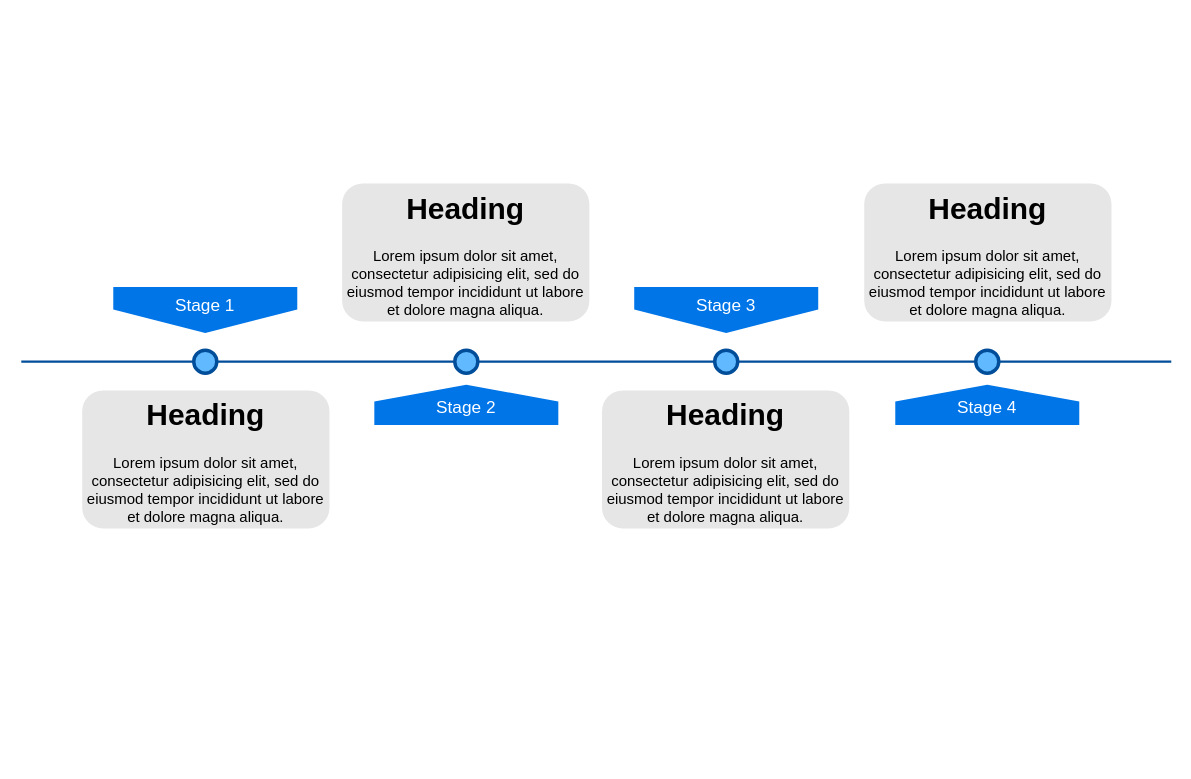
Above: Untitled Diagram.drawio in chkamal2006/FlowChart (draw.io), before the change. Source tidied: cells renumbered, new cells numbered last; positions are measured from the earlier drawing's top-left corner, leaving out a move shared by most shapes. Both pictures are drawn from the tidied source at 115%, with x=0, y=0 at pixel (21, 183).
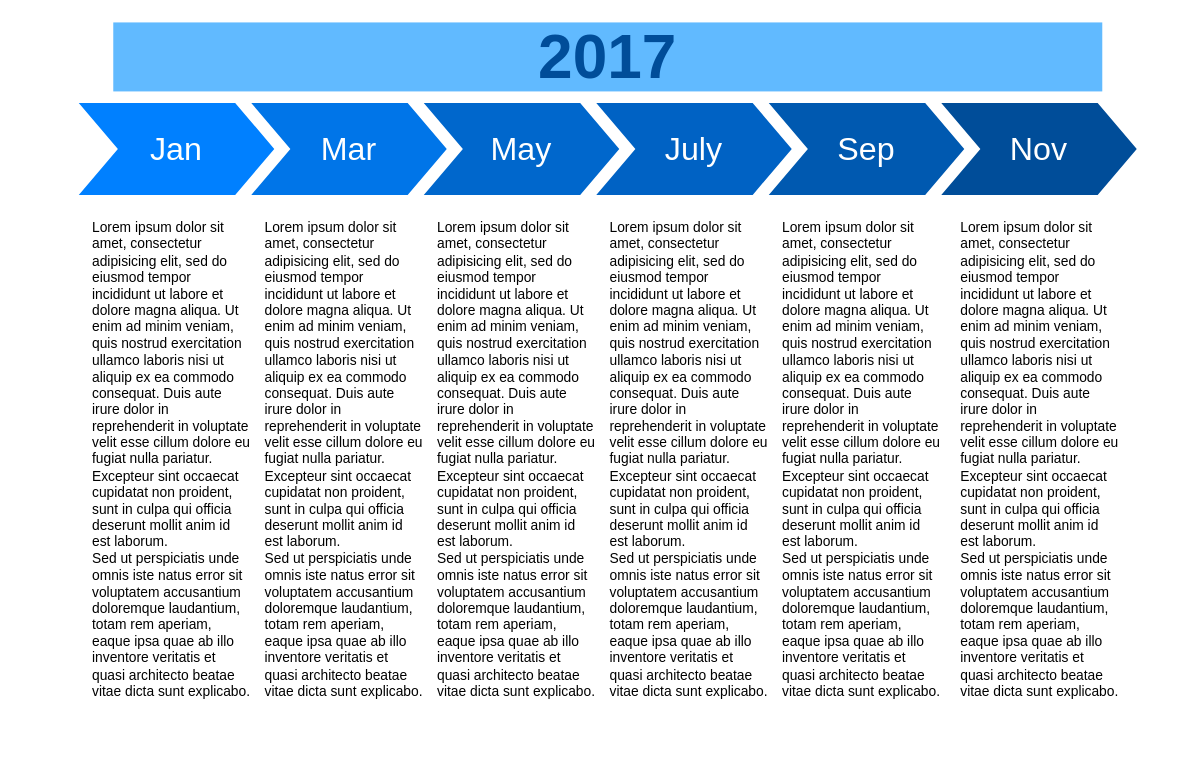
The same diagram, later.

What changed in the source:
```diff
@@
 <mxGraphModel>
   <root>
     <mxCell id="0" />
     <mxCell id="1" parent="0" />
-    <mxCell id="2" style="line;strokeWidth=2;html=1;fillColor=none;fontSize=28;fontColor=#004D99;strokeColor=#004D99;" parent="1" vertex="1">
-      <mxGeometry y="150" width="1000" height="10" as="geometry" />
-    </mxCell>
-    <mxCell id="3" value="Stage 1" style="shape=offPageConnector;whiteSpace=wrap;html=1;fillColor=#0075E8;fontSize=15;fontColor=#FFFFFF;size=0.5093750000000015;verticalAlign=top;strokeColor=none;" parent="1" vertex="1">
-      <mxGeometry x="80" y="90" width="160" height="40" as="geometry" />
-    </mxCell>
-    <mxCell id="4" value="&lt;span&gt;Stage 3&lt;/span&gt;" style="shape=offPageConnector;whiteSpace=wrap;html=1;fillColor=#0075E8;fontSize=15;fontColor=#FFFFFF;size=0.5093750000000015;verticalAlign=top;strokeColor=none;" parent="1" vertex="1">
-      <mxGeometry x="533" y="90" width="160" height="40" as="geometry" />
-    </mxCell>
-    <mxCell id="5" value="&lt;span&gt;Stage 2&lt;/span&gt;" style="shape=offPageConnector;whiteSpace=wrap;html=1;fillColor=#0075E8;fontSize=15;fontColor=#FFFFFF;size=0.4178571428571445;flipV=1;verticalAlign=bottom;strokeColor=none;spacingBottom=4;" parent="1" vertex="1">
-      <mxGeometry x="307" y="175" width="160" height="35" as="geometry" />
-    </mxCell>
-    <mxCell id="6" value="&lt;span&gt;Stage 4&lt;/span&gt;" style="shape=offPageConnector;whiteSpace=wrap;html=1;fillColor=#0075E8;fontSize=15;fontColor=#FFFFFF;size=0.4178571428571445;flipV=1;verticalAlign=bottom;strokeColor=none;spacingBottom=4;" parent="1" vertex="1">
-      <mxGeometry x="760" y="175" width="160" height="35" as="geometry" />
-    </mxCell>
-    <mxCell id="7" style="ellipse;whiteSpace=wrap;html=1;fillColor=#61BAFF;fontSize=28;fontColor=#004D99;strokeWidth=3;strokeColor=#004D99;" parent="1" vertex="1">
-      <mxGeometry x="150" y="145" width="20" height="20" as="geometry" />
-    </mxCell>
-    <mxCell id="8" style="ellipse;whiteSpace=wrap;html=1;fillColor=#61BAFF;fontSize=28;fontColor=#004D99;strokeWidth=3;strokeColor=#004D99;" parent="1" vertex="1">
-      <mxGeometry x="377" y="145" width="20" height="20" as="geometry" />
-    </mxCell>
-    <mxCell id="9" style="ellipse;whiteSpace=wrap;html=1;fillColor=#61BAFF;fontSize=28;fontColor=#004D99;strokeWidth=3;strokeColor=#004D99;" parent="1" vertex="1">
-      <mxGeometry x="603" y="145" width="20" height="20" as="geometry" />
-    </mxCell>
-    <mxCell id="10" style="ellipse;whiteSpace=wrap;html=1;fillColor=#61BAFF;fontSize=28;fontColor=#004D99;strokeWidth=3;strokeColor=#004D99;" parent="1" vertex="1">
-      <mxGeometry x="830" y="145" width="20" height="20" as="geometry" />
-    </mxCell>
-    <mxCell id="11" value="&lt;h1&gt;Heading&lt;/h1&gt;&lt;p&gt;Lorem ipsum dolor sit amet, consectetur adipisicing elit, sed do eiusmod tempor incididunt ut labore et dolore magna aliqua.&lt;/p&gt;" style="text;html=1;spacing=5;spacingTop=-20;whiteSpace=wrap;overflow=hidden;strokeColor=none;strokeWidth=3;fillColor=#E6E6E6;fontSize=13;fontColor=#000000;align=center;rounded=1;" parent="1" vertex="1">
-      <mxGeometry x="53" y="180" width="215" height="120" as="geometry" />
-    </mxCell>
-    <mxCell id="12" value="&lt;h1&gt;Heading&lt;/h1&gt;&lt;p&gt;Lorem ipsum dolor sit amet, consectetur adipisicing elit, sed do eiusmod tempor incididunt ut labore et dolore magna aliqua.&lt;/p&gt;" style="text;html=1;spacing=5;spacingTop=-20;whiteSpace=wrap;overflow=hidden;strokeColor=none;strokeWidth=3;fillColor=#E6E6E6;fontSize=13;fontColor=#000000;align=center;rounded=1;" parent="1" vertex="1">
-      <mxGeometry x="279" width="215" height="120" as="geometry" />
-    </mxCell>
-    <mxCell id="13" value="&lt;h1&gt;Heading&lt;/h1&gt;&lt;p&gt;Lorem ipsum dolor sit amet, consectetur adipisicing elit, sed do eiusmod tempor incididunt ut labore et dolore magna aliqua.&lt;/p&gt;" style="text;html=1;spacing=5;spacingTop=-20;whiteSpace=wrap;overflow=hidden;strokeColor=none;strokeWidth=3;fillColor=#E6E6E6;fontSize=13;fontColor=#000000;align=center;rounded=1;" parent="1" vertex="1">
-      <mxGeometry x="505" y="180" width="215" height="120" as="geometry" />
-    </mxCell>
-    <mxCell id="14" value="&lt;h1&gt;Heading&lt;/h1&gt;&lt;p&gt;Lorem ipsum dolor sit amet, consectetur adipisicing elit, sed do eiusmod tempor incididunt ut labore et dolore magna aliqua.&lt;/p&gt;" style="text;html=1;spacing=5;spacingTop=-20;whiteSpace=wrap;overflow=hidden;strokeColor=none;strokeWidth=3;fillColor=#E6E6E6;fontSize=13;fontColor=#000000;align=center;rounded=1;" parent="1" vertex="1">
-      <mxGeometry x="733" width="215" height="120" as="geometry" />
-    </mxCell>
+    <mxCell id="15" value="Jan" style="shape=step;whiteSpace=wrap;html=1;fontSize=28;fillColor=#0080FF;fontColor=#FFFFFF;strokeColor=none;" parent="1" vertex="1">
+      <mxGeometry x="50" y="-70" width="170" height="80" as="geometry" />
+    </mxCell>
+    <mxCell id="16" value="Mar" style="shape=step;whiteSpace=wrap;html=1;fontSize=28;fillColor=#0075E8;fontColor=#FFFFFF;strokeColor=none;" parent="1" vertex="1">
+      <mxGeometry x="200" y="-70" width="170" height="80" as="geometry" />
+    </mxCell>
+    <mxCell id="17" value="May" style="shape=step;whiteSpace=wrap;html=1;fontSize=28;fillColor=#0067CC;fontColor=#FFFFFF;strokeColor=none;" parent="1" vertex="1">
+      <mxGeometry x="350" y="-70" width="170" height="80" as="geometry" />
+    </mxCell>
+    <mxCell id="18" value="July" style="shape=step;whiteSpace=wrap;html=1;fontSize=28;fillColor=#0062C4;fontColor=#FFFFFF;strokeColor=none;" parent="1" vertex="1">
+      <mxGeometry x="500" y="-70" width="170" height="80" as="geometry" />
+    </mxCell>
+    <mxCell id="19" value="Sep" style="shape=step;whiteSpace=wrap;html=1;fontSize=28;fillColor=#0059B0;fontColor=#FFFFFF;strokeColor=none;" parent="1" vertex="1">
+      <mxGeometry x="650" y="-70" width="170" height="80" as="geometry" />
+    </mxCell>
+    <mxCell id="20" value="Nov" style="shape=step;whiteSpace=wrap;html=1;fontSize=28;fillColor=#004D99;fontColor=#FFFFFF;strokeColor=none;" parent="1" vertex="1">
+      <mxGeometry x="800" y="-70" width="170" height="80" as="geometry" />
+    </mxCell>
+    <mxCell id="21" value="2017" style="text;html=1;strokeColor=none;fillColor=#61BAFF;align=center;verticalAlign=middle;whiteSpace=wrap;fontSize=54;fontStyle=1;fontColor=#004D99;" parent="1" vertex="1">
+      <mxGeometry x="80" y="-140" width="860" height="60" as="geometry" />
+    </mxCell>
+    <mxCell id="22" value="Lorem ipsum dolor sit amet, consectetur adipisicing elit, sed do eiusmod tempor incididunt ut labore et dolore magna aliqua. Ut enim ad minim veniam, quis nostrud exercitation ullamco laboris nisi ut aliquip ex ea commodo consequat. Duis aute irure dolor in reprehenderit in voluptate velit esse cillum dolore eu fugiat nulla pariatur. Excepteur sint occaecat cupidatat non proident, sunt in culpa qui officia deserunt mollit anim id est laborum.&lt;br&gt;Sed ut perspiciatis unde omnis iste natus error sit voluptatem accusantium doloremque laudantium, totam rem aperiam, eaque ipsa quae ab illo inventore veritatis et quasi architecto beatae vitae dicta sunt explicabo." style="text;spacingTop=-5;fillColor=#ffffff;whiteSpace=wrap;html=1;align=left;fontSize=12;fontFamily=Helvetica;fillColor=none;strokeColor=none;" parent="1" vertex="1">
+      <mxGeometry x="60" y="30" width="140" height="470" as="geometry" />
+    </mxCell>
+    <mxCell id="23" value="Lorem ipsum dolor sit amet, consectetur adipisicing elit, sed do eiusmod tempor incididunt ut labore et dolore magna aliqua. Ut enim ad minim veniam, quis nostrud exercitation ullamco laboris nisi ut aliquip ex ea commodo consequat. Duis aute irure dolor in reprehenderit in voluptate velit esse cillum dolore eu fugiat nulla pariatur. Excepteur sint occaecat cupidatat non proident, sunt in culpa qui officia deserunt mollit anim id est laborum.&lt;br&gt;Sed ut perspiciatis unde omnis iste natus error sit voluptatem accusantium doloremque laudantium, totam rem aperiam, eaque ipsa quae ab illo inventore veritatis et quasi architecto beatae vitae dicta sunt explicabo." style="text;spacingTop=-5;fillColor=#ffffff;whiteSpace=wrap;html=1;align=left;fontSize=12;fontFamily=Helvetica;fillColor=none;strokeColor=none;" parent="1" vertex="1">
+      <mxGeometry x="210" y="30" width="140" height="470" as="geometry" />
+    </mxCell>
+    <mxCell id="24" value="Lorem ipsum dolor sit amet, consectetur adipisicing elit, sed do eiusmod tempor incididunt ut labore et dolore magna aliqua. Ut enim ad minim veniam, quis nostrud exercitation ullamco laboris nisi ut aliquip ex ea commodo consequat. Duis aute irure dolor in reprehenderit in voluptate velit esse cillum dolore eu fugiat nulla pariatur. Excepteur sint occaecat cupidatat non proident, sunt in culpa qui officia deserunt mollit anim id est laborum.&lt;br&gt;Sed ut perspiciatis unde omnis iste natus error sit voluptatem accusantium doloremque laudantium, totam rem aperiam, eaque ipsa quae ab illo inventore veritatis et quasi architecto beatae vitae dicta sunt explicabo." style="text;spacingTop=-5;fillColor=#ffffff;whiteSpace=wrap;html=1;align=left;fontSize=12;fontFamily=Helvetica;fillColor=none;strokeColor=none;" parent="1" vertex="1">
+      <mxGeometry x="360" y="30" width="140" height="470" as="geometry" />
+    </mxCell>
+    <mxCell id="25" value="Lorem ipsum dolor sit amet, consectetur adipisicing elit, sed do eiusmod tempor incididunt ut labore et dolore magna aliqua. Ut enim ad minim veniam, quis nostrud exercitation ullamco laboris nisi ut aliquip ex ea commodo consequat. Duis aute irure dolor in reprehenderit in voluptate velit esse cillum dolore eu fugiat nulla pariatur. Excepteur sint occaecat cupidatat non proident, sunt in culpa qui officia deserunt mollit anim id est laborum.&lt;br&gt;Sed ut perspiciatis unde omnis iste natus error sit voluptatem accusantium doloremque laudantium, totam rem aperiam, eaque ipsa quae ab illo inventore veritatis et quasi architecto beatae vitae dicta sunt explicabo." style="text;spacingTop=-5;fillColor=#ffffff;whiteSpace=wrap;html=1;align=left;fontSize=12;fontFamily=Helvetica;fillColor=none;strokeColor=none;" parent="1" vertex="1">
+      <mxGeometry x="510" y="30" width="140" height="470" as="geometry" />
+    </mxCell>
+    <mxCell id="26" value="Lorem ipsum dolor sit amet, consectetur adipisicing elit, sed do eiusmod tempor incididunt ut labore et dolore magna aliqua. Ut enim ad minim veniam, quis nostrud exercitation ullamco laboris nisi ut aliquip ex ea commodo consequat. Duis aute irure dolor in reprehenderit in voluptate velit esse cillum dolore eu fugiat nulla pariatur. Excepteur sint occaecat cupidatat non proident, sunt in culpa qui officia deserunt mollit anim id est laborum.&lt;br&gt;Sed ut perspiciatis unde omnis iste natus error sit voluptatem accusantium doloremque laudantium, totam rem aperiam, eaque ipsa quae ab illo inventore veritatis et quasi architecto beatae vitae dicta sunt explicabo." style="text;spacingTop=-5;fillColor=#ffffff;whiteSpace=wrap;html=1;align=left;fontSize=12;fontFamily=Helvetica;fillColor=none;strokeColor=none;" parent="1" vertex="1">
+      <mxGeometry x="660" y="30" width="140" height="470" as="geometry" />
+    </mxCell>
+    <mxCell id="27" value="Lorem ipsum dolor sit amet, consectetur adipisicing elit, sed do eiusmod tempor incididunt ut labore et dolore magna aliqua. Ut enim ad minim veniam, quis nostrud exercitation ullamco laboris nisi ut aliquip ex ea commodo consequat. Duis aute irure dolor in reprehenderit in voluptate velit esse cillum dolore eu fugiat nulla pariatur. Excepteur sint occaecat cupidatat non proident, sunt in culpa qui officia deserunt mollit anim id est laborum.&lt;br&gt;Sed ut perspiciatis unde omnis iste natus error sit voluptatem accusantium doloremque laudantium, totam rem aperiam, eaque ipsa quae ab illo inventore veritatis et quasi architecto beatae vitae dicta sunt explicabo." style="text;spacingTop=-5;fillColor=#ffffff;whiteSpace=wrap;html=1;align=left;fontSize=12;fontFamily=Helvetica;fillColor=none;strokeColor=none;" parent="1" vertex="1">
+      <mxGeometry x="815" y="30" width="140" height="470" as="geometry" />
+    </mxCell>
   </root>
 </mxGraphModel>
```
